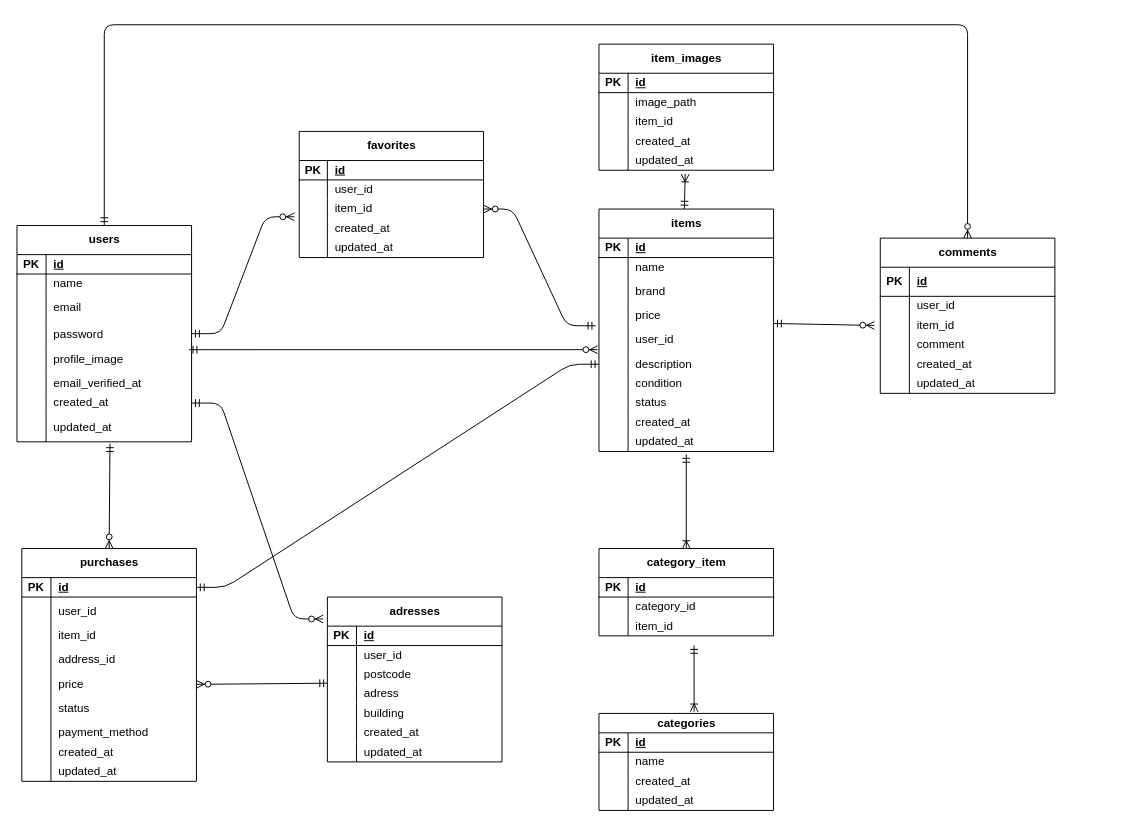
aokiaiko/flea-market keeps this draw.io diagram as src/app/docs/er.drawio. Above is the earlier version. Source tidied: cells renumbered, new cells numbered last; positions are measured from the earlier drawing's top-left corner, leaving out a move shared by most shapes. Both pictures are drawn from the tidied source at 97%, with x=0, y=0 at pixel (16, 24).
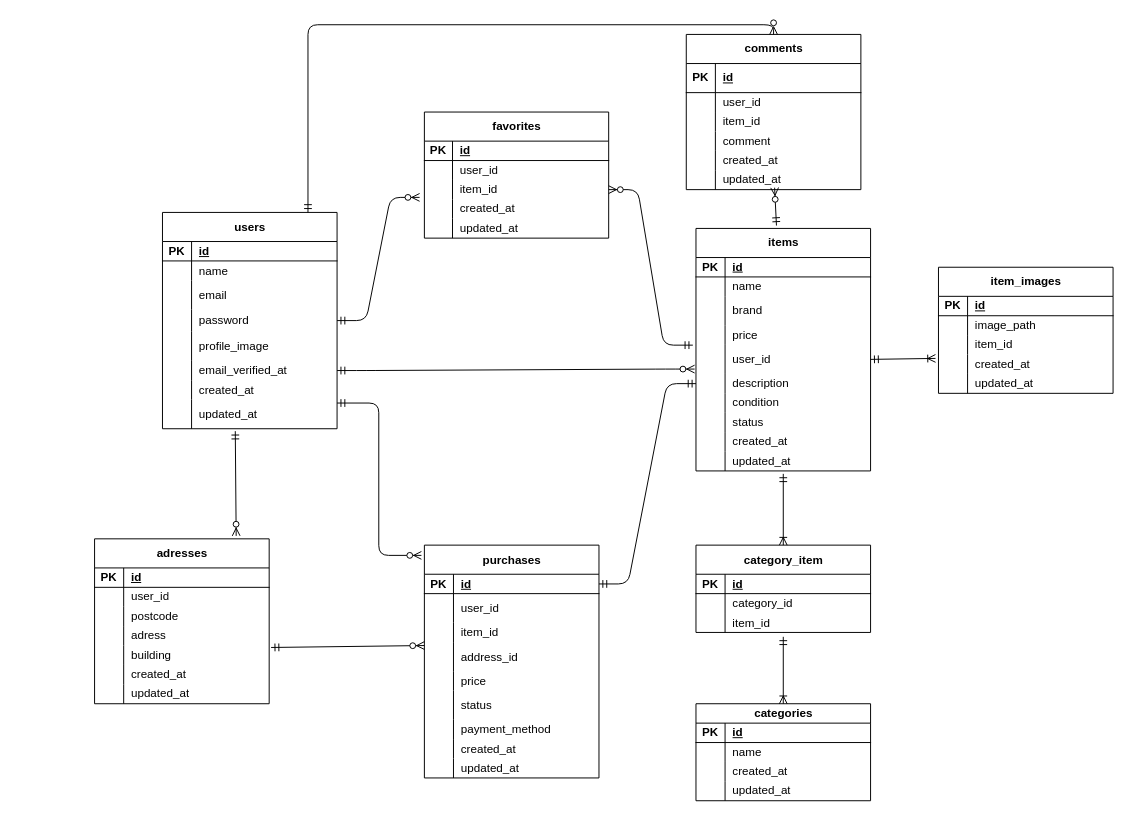
After the change.

Unchanged cells that the change refers to:
```xml
<mxCell id="28" style="shape=tableRow;horizontal=0;startSize=0;swimlaneHead=0;swimlaneBody=0;fillColor=none;points=[[0,0.5],[1,0.5]];portConstraint=eastwest;top=0;left=0;right=0;bottom=0;" parent="18" vertex="1">
  <mxGeometry y="90" width="180" height="20" as="geometry" />
</mxCell>
<mxCell id="31" style="shape=tableRow;horizontal=0;startSize=0;swimlaneHead=0;swimlaneBody=0;fillColor=none;points=[[0,0.5],[1,0.5]];portConstraint=eastwest;top=0;left=0;right=0;bottom=0;" parent="18" vertex="1">
  <mxGeometry y="110" width="180" height="20" as="geometry" />
</mxCell>
<mxCell id="44" style="shape=tableRow;horizontal=0;startSize=0;swimlaneHead=0;swimlaneBody=0;fillColor=none;points=[[0,0.5],[1,0.5]];portConstraint=eastwest;top=0;left=0;right=0;bottom=0;" parent="34" vertex="1">
  <mxGeometry y="90" width="180" height="20" as="geometry" />
</mxCell>
<mxCell id="47" style="shape=tableRow;horizontal=0;startSize=0;swimlaneHead=0;swimlaneBody=0;fillColor=none;points=[[0,0.5],[1,0.5]];portConstraint=eastwest;top=0;left=0;right=0;bottom=0;" parent="34" vertex="1">
  <mxGeometry y="110" width="180" height="20" as="geometry" />
</mxCell>
<mxCell id="95" style="shape=tableRow;horizontal=0;startSize=0;swimlaneHead=0;swimlaneBody=0;fillColor=none;points=[[0,0.5],[1,0.5]];portConstraint=eastwest;top=0;left=0;right=0;bottom=0;" parent="79" vertex="1">
  <mxGeometry y="140" width="180" height="20" as="geometry" />
</mxCell>
<mxCell id="115" style="shape=tableRow;horizontal=0;startSize=0;swimlaneHead=0;swimlaneBody=0;fillColor=none;points=[[0,0.5],[1,0.5]];portConstraint=eastwest;top=0;left=0;right=0;bottom=0;" parent="102" vertex="1">
  <mxGeometry y="123" width="180" height="30" as="geometry" />
</mxCell>
<mxCell id="118" style="shape=tableRow;horizontal=0;startSize=0;swimlaneHead=0;swimlaneBody=0;fillColor=none;points=[[0,0.5],[1,0.5]];portConstraint=eastwest;top=0;left=0;right=0;bottom=0;" parent="102" vertex="1">
  <mxGeometry y="153" width="180" height="20" as="geometry" />
</mxCell>
<mxCell id="121" style="shape=tableRow;horizontal=0;startSize=0;swimlaneHead=0;swimlaneBody=0;fillColor=none;points=[[0,0.5],[1,0.5]];portConstraint=eastwest;top=0;left=0;right=0;bottom=0;" parent="102" vertex="1">
  <mxGeometry y="173" width="180" height="20" as="geometry" />
</mxCell>
<mxCell id="124" style="shape=tableRow;horizontal=0;startSize=0;swimlaneHead=0;swimlaneBody=0;fillColor=none;points=[[0,0.5],[1,0.5]];portConstraint=eastwest;top=0;left=0;right=0;bottom=0;" parent="102" vertex="1">
  <mxGeometry y="193" width="180" height="30" as="geometry" />
</mxCell>
<mxCell id="137" style="shape=tableRow;horizontal=0;startSize=0;swimlaneHead=0;swimlaneBody=0;fillColor=none;points=[[0,0.5],[1,0.5]];portConstraint=eastwest;top=0;left=0;right=0;bottom=0;" parent="127" vertex="1">
  <mxGeometry y="100" width="180" height="30" as="geometry" />
</mxCell>
<mxCell id="175" style="shape=tableRow;horizontal=0;startSize=0;swimlaneHead=0;swimlaneBody=0;fillColor=none;points=[[0,0.5],[1,0.5]];portConstraint=eastwest;top=0;left=0;right=0;bottom=0;" parent="162" vertex="1">
  <mxGeometry y="120" width="180" height="30" as="geometry" />
</mxCell>
```

The edit, as a diff of the source:
```diff
@@
     <mxCell id="2" value="favorites" style="shape=table;startSize=30;childLayout=tableLayout;rowLines=0;fontStyle=1;align=center;html=1;" parent="1" vertex="1">
-      <mxGeometry x="291" y="110" width="190" height="130" as="geometry" />
+      <mxGeometry x="420" y="90" width="190" height="130" as="geometry" />
     </mxCell>
@@
     <mxCell id="18" value="item_images" style="shape=table;startSize=30;childLayout=tableLayout;rowLines=0;fontStyle=1;align=center;html=1;" parent="1" vertex="1">
-      <mxGeometry x="600" y="20" width="180" height="130" as="geometry" />
+      <mxGeometry x="950" y="250" width="180" height="130" as="geometry" />
     </mxCell>
@@
     <mxCell id="34" value="adresses" style="shape=table;startSize=30;childLayout=tableLayout;rowLines=0;fontStyle=1;align=center;html=1;" parent="1" vertex="1">
-      <mxGeometry x="320" y="590" width="180" height="170" as="geometry" />
+      <mxGeometry x="80" y="530" width="180" height="170" as="geometry" />
     </mxCell>
@@
     <mxCell id="56" value="category_item" style="shape=table;startSize=30;childLayout=tableLayout;rowLines=0;fontStyle=1;align=center;html=1;" parent="1" vertex="1">
-      <mxGeometry x="600" y="540" width="180" height="90" as="geometry" />
+      <mxGeometry x="700" y="536.5" width="180" height="90" as="geometry" />
     </mxCell>
@@
     <mxCell id="66" value="categories" style="shape=table;startSize=20;childLayout=tableLayout;rowLines=0;fontStyle=1;align=center;html=1;" parent="1" vertex="1">
-      <mxGeometry x="600" y="710" width="180" height="100" as="geometry" />
+      <mxGeometry x="700" y="700" width="180" height="100" as="geometry" />
     </mxCell>
@@
     <mxCell id="79" value="comments" style="shape=table;startSize=30;childLayout=tableLayout;rowLines=0;fontStyle=1;align=center;html=1;" parent="1" vertex="1">
-      <mxGeometry x="890" y="220" width="180" height="160" as="geometry" />
+      <mxGeometry x="690" y="10" width="180" height="160" as="geometry" />
     </mxCell>
@@
     <mxCell id="99" style="shape=partialRectangle;fillColor=none;top=0;left=0;bottom=0;right=0;align=left;spacingLeft=6;overflow=hidden;whiteSpace=wrap;html=1;" parent="1" vertex="1">
-      <mxGeometry x="20" y="374" width="150" height="30" as="geometry" />
+      <mxGeometry y="389" width="150" height="30" as="geometry" />
     </mxCell>
@@
     <mxCell id="102" value="users" style="shape=table;startSize=30;childLayout=tableLayout;rowLines=0;fontStyle=1;align=center;html=1;" parent="1" vertex="1">
-      <mxGeometry y="207" width="180" height="223" as="geometry" />
+      <mxGeometry x="150" y="193.5" width="180" height="223" as="geometry" />
     </mxCell>
@@
     <mxCell id="127" value="purchases" style="shape=table;startSize=30;childLayout=tableLayout;rowLines=0;fontStyle=1;align=center;html=1;" parent="1" vertex="1">
-      <mxGeometry x="5" y="540" width="180" height="240" as="geometry" />
+      <mxGeometry x="420" y="536.5" width="180" height="240" as="geometry" />
     </mxCell>
@@
-    <mxCell id="155" style="edgeStyle=entityRelationEdgeStyle;fontSize=12;html=1;endArrow=ERzeroToMany;startArrow=ERmandOne;exitX=0.986;exitY=0.167;exitDx=0;exitDy=0;entryX=-0.008;entryY=0.833;entryDx=0;entryDy=0;entryPerimeter=0;exitPerimeter=0;" parent="1" edge="1" source="115" target="175">
+    <mxCell id="155" style="edgeStyle=entityRelationEdgeStyle;fontSize=12;html=1;endArrow=ERzeroToMany;startArrow=ERmandOne;entryX=-0.008;entryY=0.833;entryDx=0;entryDy=0;entryPerimeter=0;exitX=1;exitY=0.5;exitDx=0;exitDy=0;" parent="1" edge="1" source="118" target="175">
       <mxGeometry relative="1" as="geometry">
         <Array as="points">
+          <mxPoint x="340" y="340" />
           <mxPoint x="190" y="335" />
           <mxPoint x="506.5" y="325" />
           <mxPoint x="580" y="320" />
         </Array>
       </mxGeometry>
     </mxCell>
-    <mxCell id="156" style="fontSize=12;html=1;endArrow=ERzeroToMany;startArrow=ERmandOne;exitX=0.533;exitY=1.1;exitDx=0;exitDy=0;exitPerimeter=0;entryX=0.5;entryY=0;entryDx=0;entryDy=0;" parent="1" edge="1" target="127">
+    <mxCell id="156" style="fontSize=12;html=1;endArrow=ERzeroToMany;startArrow=ERmandOne;edgeStyle=elbowEdgeStyle;entryX=-0.017;entryY=0.044;entryDx=0;entryDy=0;entryPerimeter=0;" parent="1" edge="1" target="127">
       <mxGeometry relative="1" as="geometry">
-        <mxPoint x="95.9" y="432" as="sourcePoint" />
+        <mxPoint x="330" y="390" as="sourcePoint" />
       </mxGeometry>
     </mxCell>
-    <mxCell id="157" style="fontSize=12;html=1;endArrow=ERzeroToMany;startArrow=ERmandOne;entryX=0.978;entryY=0.867;entryDx=0;entryDy=0;entryPerimeter=0;exitX=0.001;exitY=-0.058;exitDx=0;exitDy=0;exitPerimeter=0;" parent="1" edge="1" source="44">
-      <mxGeometry relative="1" as="geometry">
-        <mxPoint x="185" y="680" as="targetPoint" />
-      </mxGeometry>
+    <mxCell id="157" style="fontSize=12;html=1;endArrow=ERzeroToMany;startArrow=ERmandOne;entryX=0;entryY=0.117;entryDx=0;entryDy=0;exitX=1.011;exitY=0.1;exitDx=0;exitDy=0;entryPerimeter=0;exitPerimeter=0;" parent="1" edge="1" source="47" target="137">
+      <mxGeometry relative="1" as="geometry" />
     </mxCell>
-    <mxCell id="158" style="fontSize=12;html=1;endArrow=ERoneToMany;startArrow=ERmandOne;entryX=0.494;entryY=1.2;entryDx=0;entryDy=0;entryPerimeter=0;" parent="1" edge="1" target="31">
-      <mxGeometry relative="1" as="geometry">
-        <mxPoint x="688" y="190" as="sourcePoint" />
-      </mxGeometry>
+    <mxCell id="158" style="fontSize=12;html=1;endArrow=ERoneToMany;startArrow=ERmandOne;entryX=-0.017;entryY=0.2;entryDx=0;entryDy=0;entryPerimeter=0;exitX=1;exitY=0.5;exitDx=0;exitDy=0;" parent="1" edge="1" source="175" target="28">
+      <mxGeometry relative="1" as="geometry" />
     </mxCell>
-    <mxCell id="159" style="fontSize=12;html=1;endArrow=ERzeroToMany;startArrow=ERmandOne;" parent="1" edge="1">
-      <mxGeometry relative="1" as="geometry">
-        <mxPoint x="780" y="308" as="sourcePoint" />
-        <mxPoint x="884" y="310" as="targetPoint" />
-      </mxGeometry>
+    <mxCell id="159" style="fontSize=12;html=1;endArrow=ERzeroToMany;startArrow=ERmandOne;entryX=0.506;entryY=0.9;entryDx=0;entryDy=0;entryPerimeter=0;exitX=0.461;exitY=-0.012;exitDx=0;exitDy=0;exitPerimeter=0;" parent="1" edge="1" source="162" target="95">
+      <mxGeometry relative="1" as="geometry" />
     </mxCell>
@@
-    <mxCell id="161" style="fontSize=12;html=1;endArrow=ERoneToMany;startArrow=ERmandOne;entryX=0.545;entryY=-0.017;entryDx=0;entryDy=0;entryPerimeter=0;" parent="1" edge="1" target="66">
+    <mxCell id="161" style="fontSize=12;html=1;endArrow=ERoneToMany;startArrow=ERmandOne;entryX=0.5;entryY=0;entryDx=0;entryDy=0;" parent="1" edge="1" target="66">
       <mxGeometry relative="1" as="geometry">
-        <mxPoint x="698" y="640" as="sourcePoint" />
+        <mxPoint x="790" y="631" as="sourcePoint" />
       </mxGeometry>
     </mxCell>
     <mxCell id="162" value="items" style="shape=table;startSize=30;childLayout=tableLayout;rowLines=0;fontStyle=1;align=center;html=1;direction=east;" parent="1" vertex="1">
-      <mxGeometry x="600" y="190" width="180" height="250" as="geometry" />
+      <mxGeometry x="700" y="210" width="180" height="250" as="geometry" />
     </mxCell>
@@
-    <mxCell id="196" style="edgeStyle=entityRelationEdgeStyle;fontSize=12;html=1;endArrow=ERzeroToMany;startArrow=ERmandOne;entryX=-0.024;entryY=0.133;entryDx=0;entryDy=0;entryPerimeter=0;exitX=1;exitY=0.5;exitDx=0;exitDy=0;" parent="1" edge="1" source="121" target="34">
+    <mxCell id="196" style="fontSize=12;html=1;endArrow=ERzeroToMany;startArrow=ERmandOne;entryX=0.811;entryY=-0.018;entryDx=0;entryDy=0;entryPerimeter=0;exitX=0.417;exitY=1.083;exitDx=0;exitDy=0;exitPerimeter=0;" parent="1" edge="1" source="124" target="34">
       <mxGeometry relative="1" as="geometry" />
     </mxCell>
```
